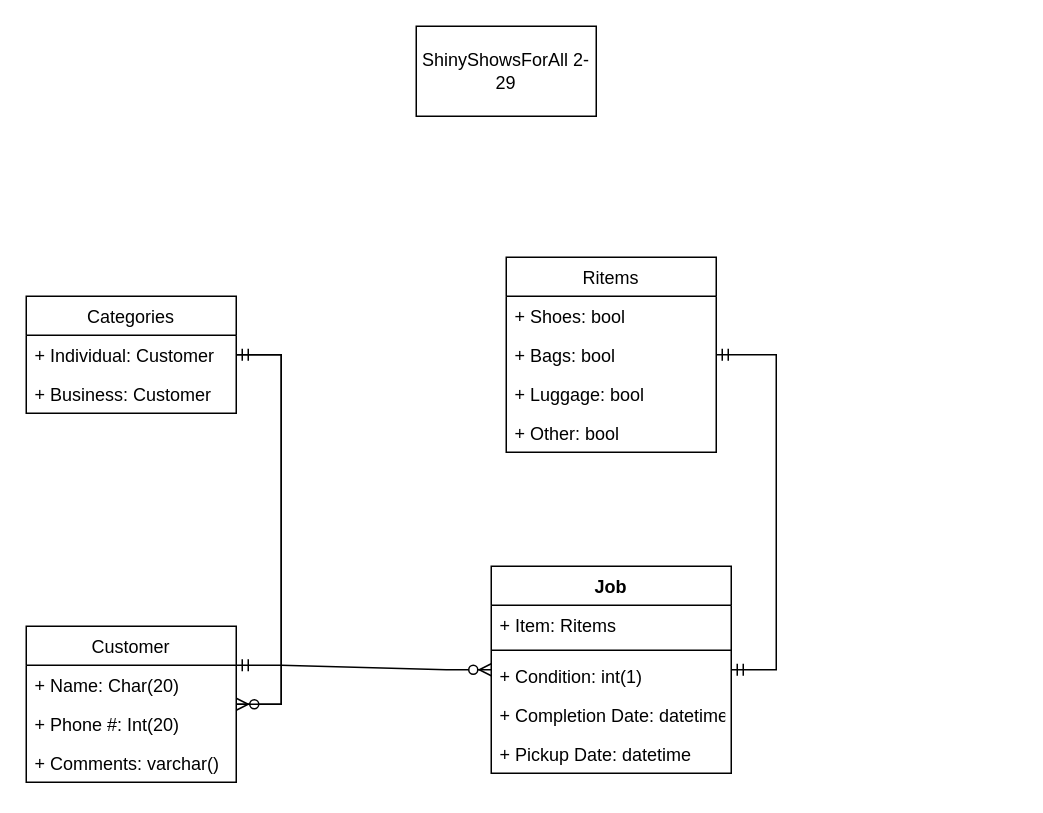
Earlier version of the draw.io diagram Shinyshowsforall.drawio (Tony363/DBMS-TKU). Source tidied: cells renumbered, new cells numbered last; positions are measured from the earlier drawing's top-left corner, leaving out a move shared by most shapes. Both pictures are drawn from the tidied source at 150%, with x=0, y=0 at pixel (26, 26).
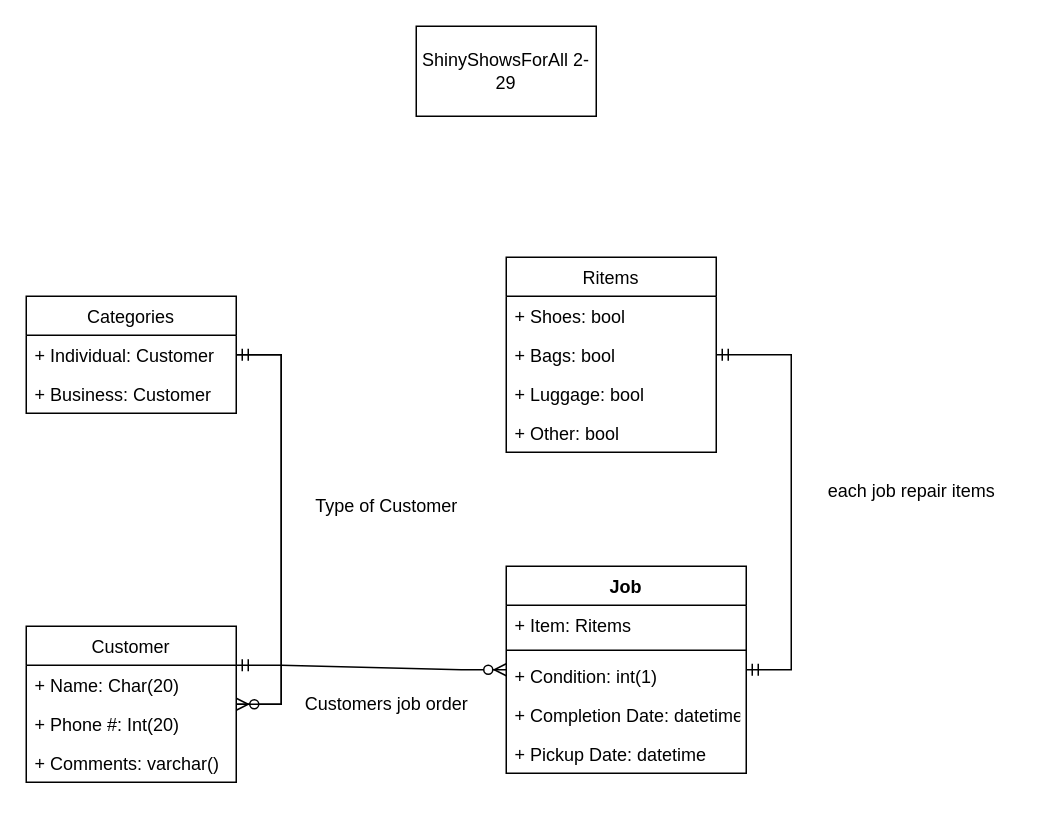
The same page after the edit.

Change to the diagram source:
```diff
@@
     <mxCell id="9" value="Job" style="swimlane;fontStyle=1;align=center;verticalAlign=top;horizontal=1;startSize=26;" parent="1" vertex="1">
-      <mxGeometry x="310" y="360" width="160" height="138" as="geometry" />
+      <mxGeometry x="320" y="360" width="160" height="138" as="geometry" />
     </mxCell>
@@
+    <mxCell id="25" value="Type of Customer" style="text;html=1;align=center;verticalAlign=middle;fillColor=none;strokeColor=none;rounded=0;rotation=0;" parent="1" vertex="1">
+      <mxGeometry x="180" y="310" width="120" height="20" as="geometry" />
+    </mxCell>
+    <mxCell id="26" value="Customers job order" style="text;html=1;align=center;verticalAlign=middle;fillColor=none;strokeColor=none;rounded=0;" parent="1" vertex="1">
+      <mxGeometry x="170" y="442" width="140" height="20" as="geometry" />
+    </mxCell>
+    <mxCell id="27" value="each job repair items" style="text;html=1;align=center;verticalAlign=middle;fillColor=none;strokeColor=none;rounded=0;" parent="1" vertex="1">
+      <mxGeometry x="520" y="300" width="140" height="20" as="geometry" />
+    </mxCell>
```
